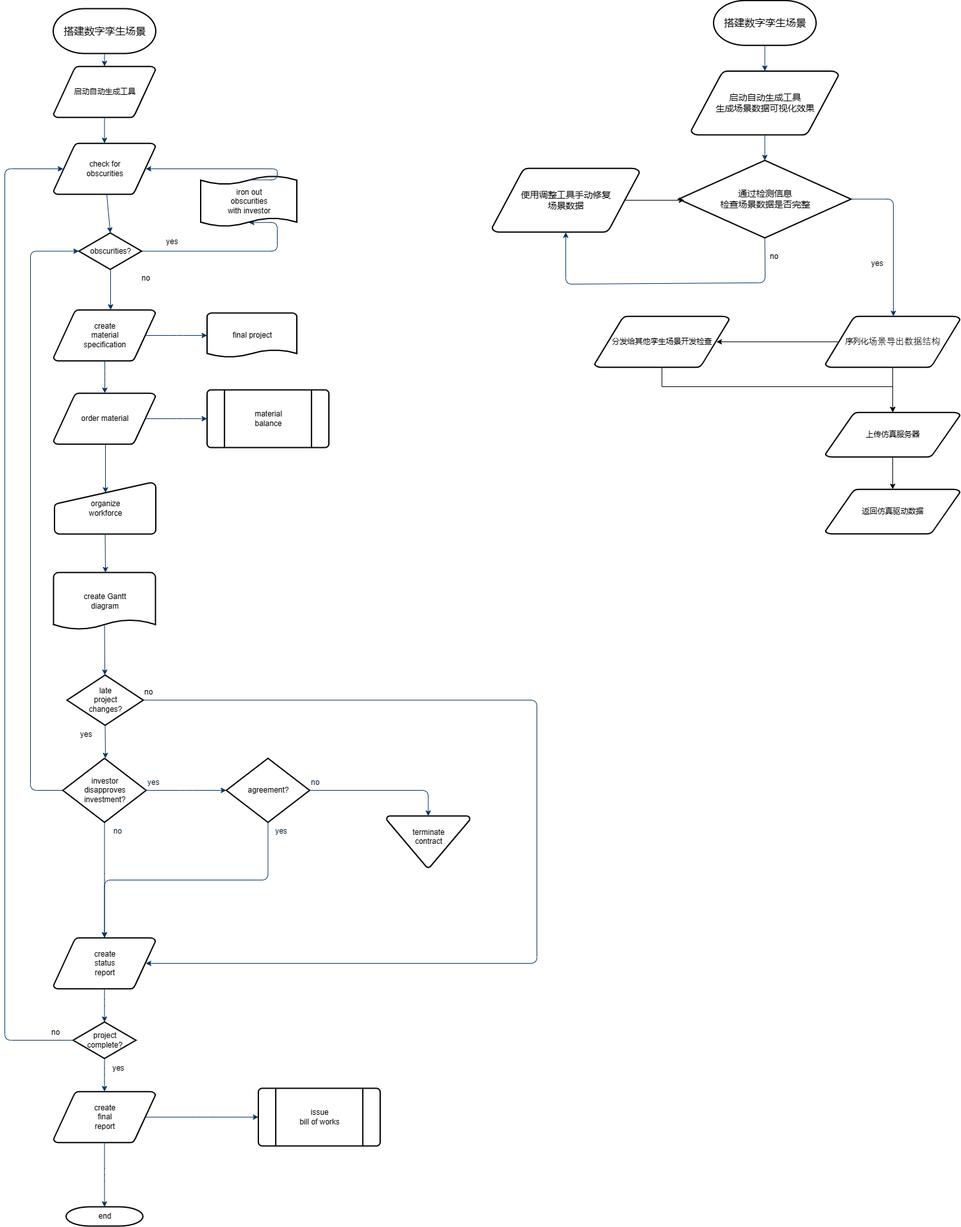
mulegan/draw-.io keeps this draw.io diagram as VissimMap.drawio.png. Above is the earlier version. Source tidied: cells renumbered, new cells last; positions are measured from the earlier drawing's top-left corner, leaving out a move shared by most shapes.
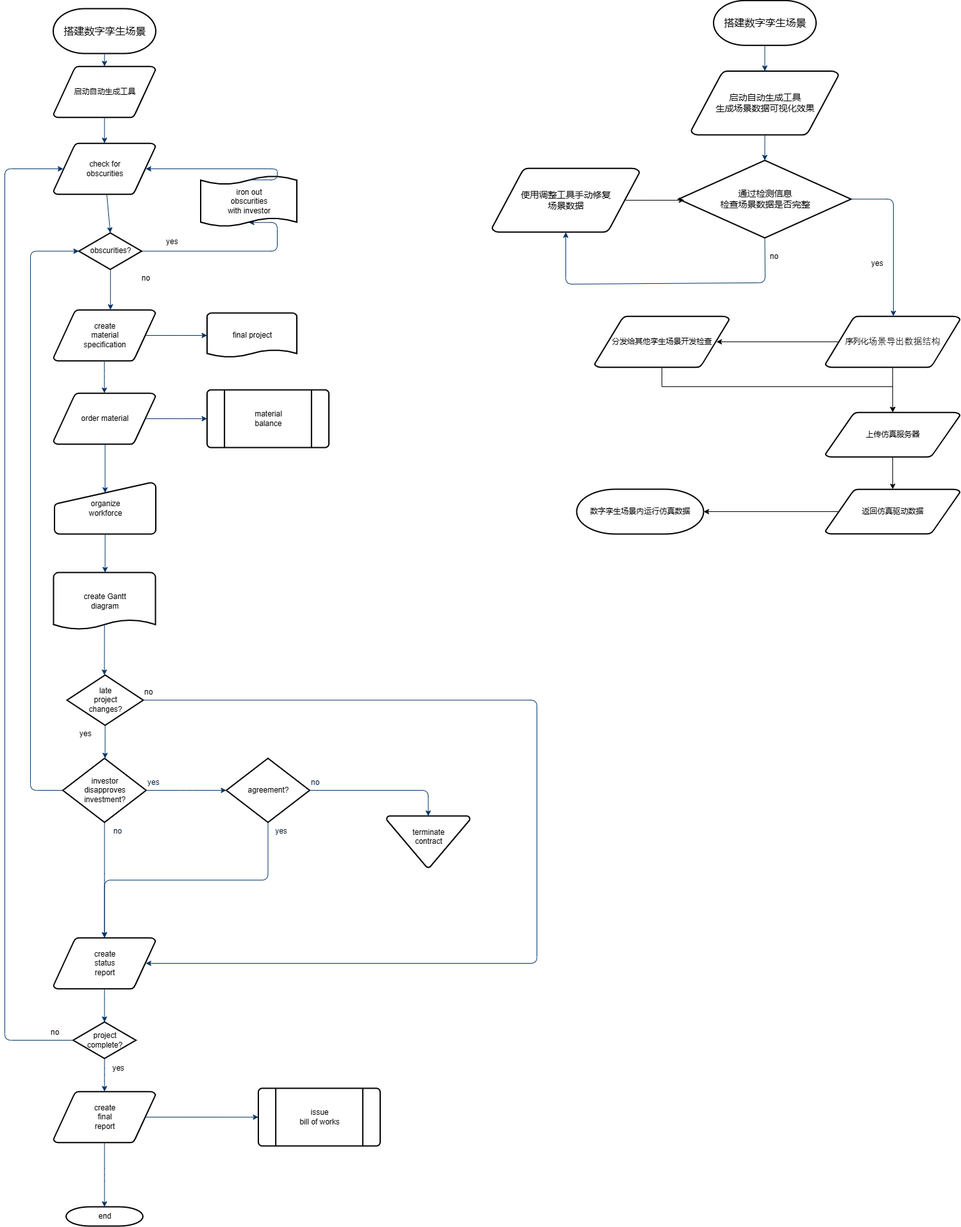
The same diagram one commit later.

Change to the diagram source:
```diff
@@ -256,8 +256,14 @@
     <mxCell id="73" value="上传仿真服务器" style="shape=mxgraph.flowchart.data;strokeWidth=2;gradientColor=none;gradientDirection=north;fontStyle=0;html=1;" parent="1" vertex="1">
       <mxGeometry x="1280" y="643" width="210" height="70" as="geometry" />
     </mxCell>
+    <mxCell id="75" style="edgeStyle=orthogonalEdgeStyle;rounded=0;jettySize=auto;html=1;fontSize=14;exitX=0.095;exitY=0.5;exitDx=0;exitDy=0;exitPerimeter=0;entryX=1;entryY=0.5;entryDx=0;entryDy=0;entryPerimeter=0;" parent="1" edge="1" source="74" target="76">
+      <mxGeometry relative="1" as="geometry" />
+    </mxCell>
     <mxCell id="74" value="返回仿真驱动数据" style="shape=mxgraph.flowchart.data;strokeWidth=2;gradientColor=none;gradientDirection=north;fontStyle=0;html=1;" parent="1" vertex="1">
       <mxGeometry x="1280" y="763" width="210" height="70" as="geometry" />
     </mxCell>
+    <mxCell id="76" value="数字孪生场景内运行仿真数据" style="shape=mxgraph.flowchart.terminator;strokeWidth=2;gradientColor=none;gradientDirection=north;fontStyle=0;html=1;" parent="1" vertex="1">
+      <mxGeometry x="892" y="763" width="198" height="70" as="geometry" />
+    </mxCell>
   </root>
 </mxGraphModel>
```
